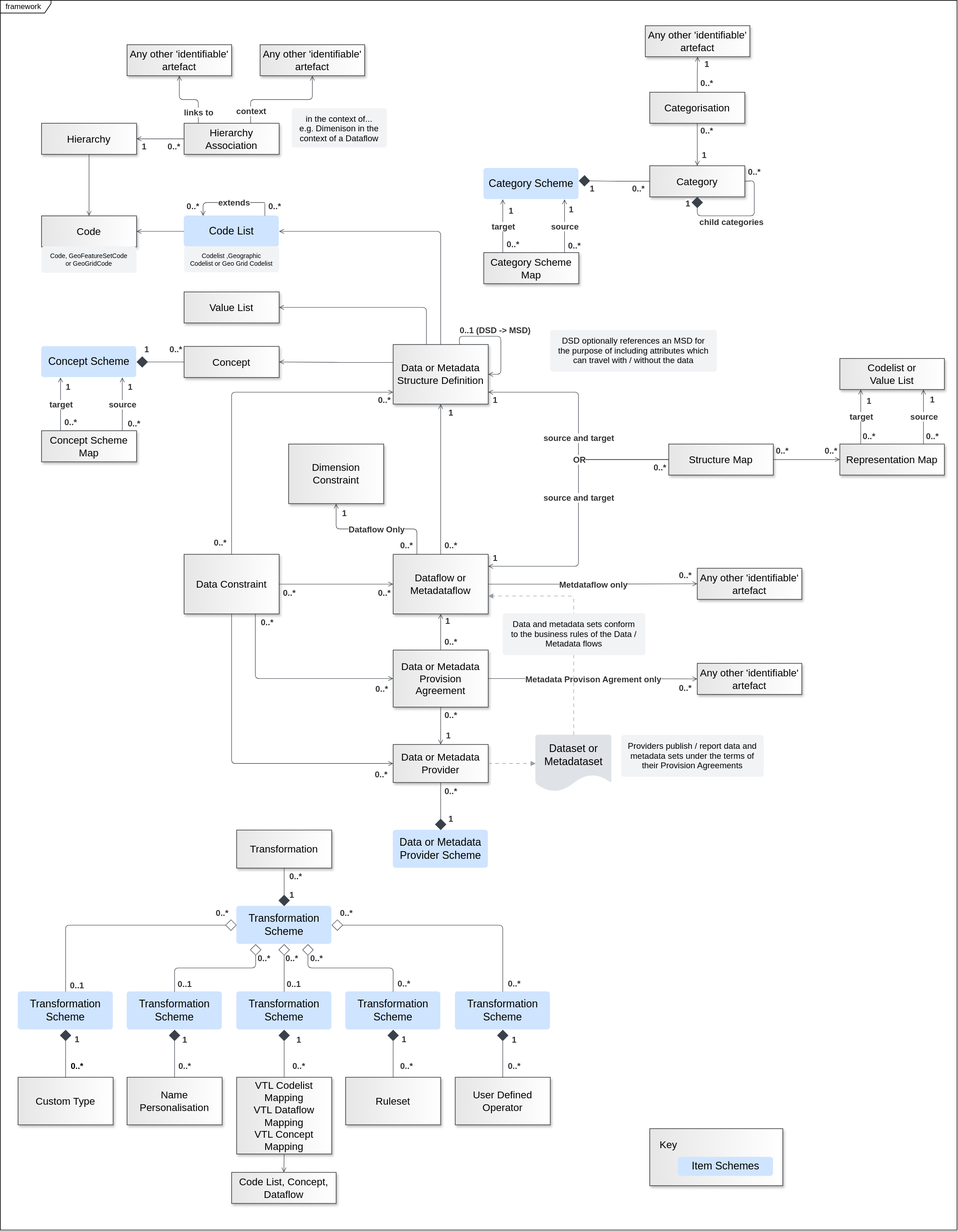
Above: docs/framework/media/sdmx_framework.svg in sdmx-twg/sdmx-im (draw.io), before the change. Source tidied: cells renumbered, new cells last; positions are measured from the earlier drawing's top-left corner, leaving out a move shared by most shapes.
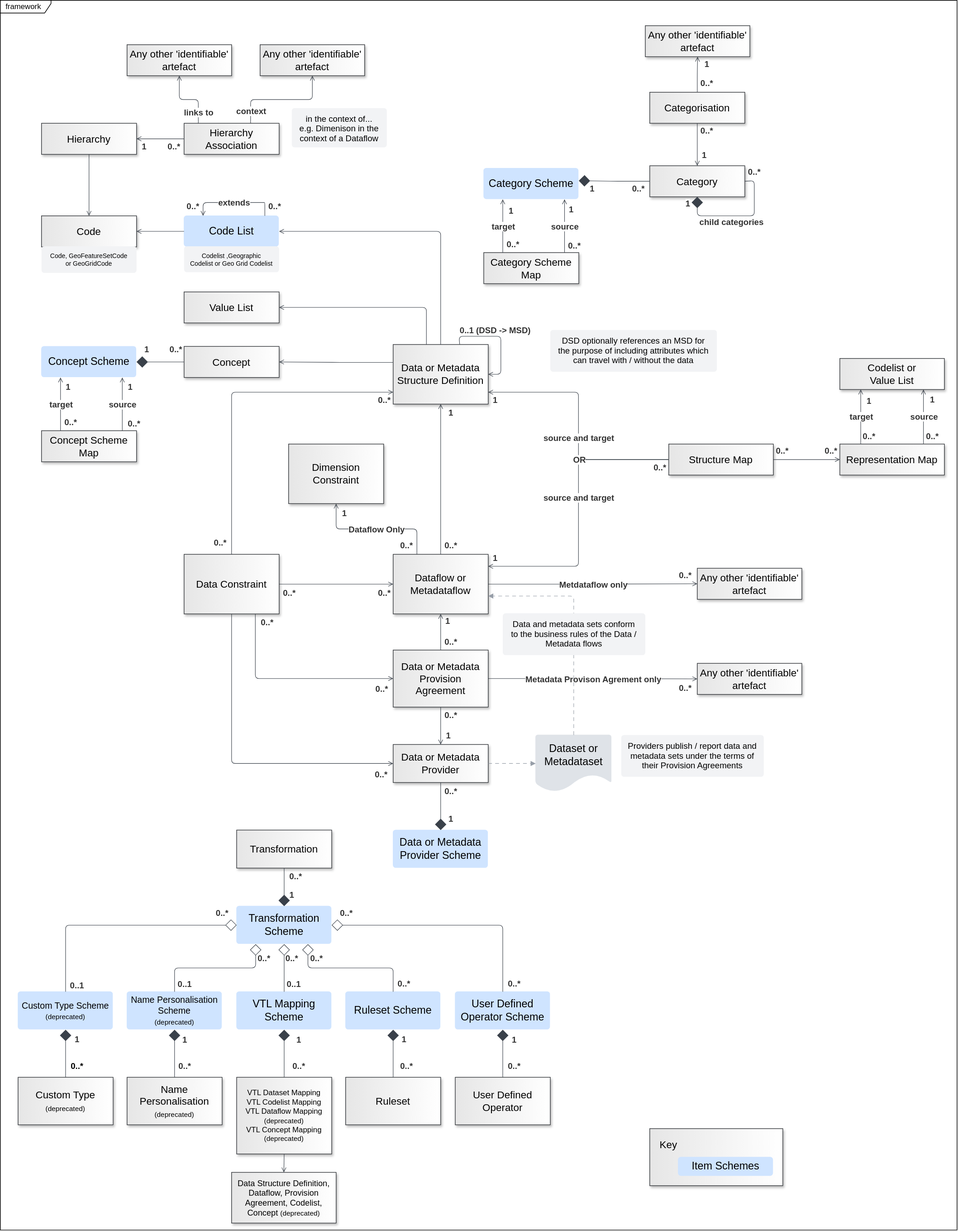
Above is the later version.

What changed in the source:
```diff
@@ -540,28 +540,28 @@
     <mxCell id="140" value="Transformation Scheme" style="html=1;overflow=block;blockSpacing=1;whiteSpace=wrap;fontSize=16.7;spacing=3.8;strokeColor=#unset;fillOpacity=100;rounded=1;absoluteArcSize=1;arcSize=9;fillColor=#cfe4ff;strokeWidth=NaN;lucidId=RDkaSBykjNgr;" parent="1" vertex="1">
       <mxGeometry x="373" y="1429" width="150" height="60" as="geometry" />
     </mxCell>
-    <mxCell id="141" value="Transformation Scheme" style="html=1;overflow=block;blockSpacing=1;whiteSpace=wrap;fontSize=16.7;spacing=3.8;strokeColor=#unset;fillOpacity=100;rounded=1;absoluteArcSize=1;arcSize=9;fillColor=#cfe4ff;strokeWidth=NaN;lucidId=1Dkaum8_aARn;" parent="1" vertex="1">
+    <mxCell id="141" value="Custom Type Scheme&lt;br&gt;&lt;span style=&quot;font-size: 11px;&quot;&gt;(deprecated)&lt;/span&gt;" style="html=1;overflow=block;blockSpacing=1;whiteSpace=wrap;fontSize=14;spacing=3.8;strokeColor=#unset;fillOpacity=100;rounded=1;absoluteArcSize=1;arcSize=9;fillColor=#cfe4ff;strokeWidth=NaN;lucidId=1Dkaum8_aARn;" parent="1" vertex="1">
       <mxGeometry x="28" y="1564" width="150" height="60" as="geometry" />
     </mxCell>
-    <mxCell id="142" value="Transformation Scheme" style="html=1;overflow=block;blockSpacing=1;whiteSpace=wrap;fontSize=16.7;spacing=3.8;strokeColor=#unset;fillOpacity=100;rounded=1;absoluteArcSize=1;arcSize=9;fillColor=#cfe4ff;strokeWidth=NaN;lucidId=3DkabyFoycUB;" parent="1" vertex="1">
+    <mxCell id="142" value="Name Personalisation Scheme&lt;br&gt;&lt;span style=&quot;font-size: 11px;&quot;&gt;(deprecated)&lt;/span&gt;" style="html=1;overflow=block;blockSpacing=1;whiteSpace=wrap;fontSize=14;spacing=3.8;strokeColor=#unset;fillOpacity=100;rounded=1;absoluteArcSize=1;arcSize=9;fillColor=#cfe4ff;strokeWidth=NaN;lucidId=3DkabyFoycUB;" parent="1" vertex="1">
       <mxGeometry x="200" y="1564" width="150" height="60" as="geometry" />
     </mxCell>
-    <mxCell id="143" value="Transformation Scheme" style="html=1;overflow=block;blockSpacing=1;whiteSpace=wrap;fontSize=16.7;spacing=3.8;strokeColor=#unset;fillOpacity=100;rounded=1;absoluteArcSize=1;arcSize=9;fillColor=#cfe4ff;strokeWidth=NaN;lucidId=4DkacBxUOTqe;" parent="1" vertex="1">
+    <mxCell id="143" value="VTL Mapping Scheme" style="html=1;overflow=block;blockSpacing=1;whiteSpace=wrap;fontSize=16.7;spacing=3.8;strokeColor=#unset;fillOpacity=100;rounded=1;absoluteArcSize=1;arcSize=9;fillColor=#cfe4ff;strokeWidth=NaN;lucidId=4DkacBxUOTqe;" parent="1" vertex="1">
       <mxGeometry x="373" y="1564" width="150" height="60" as="geometry" />
     </mxCell>
-    <mxCell id="144" value="Transformation Scheme" style="html=1;overflow=block;blockSpacing=1;whiteSpace=wrap;fontSize=16.7;spacing=3.8;strokeColor=#unset;fillOpacity=100;rounded=1;absoluteArcSize=1;arcSize=9;fillColor=#cfe4ff;strokeWidth=NaN;lucidId=6Dka4sKQG.aS;" parent="1" vertex="1">
+    <mxCell id="144" value="Ruleset Scheme" style="html=1;overflow=block;blockSpacing=1;whiteSpace=wrap;fontSize=16.7;spacing=3.8;strokeColor=#unset;fillOpacity=100;rounded=1;absoluteArcSize=1;arcSize=9;fillColor=#cfe4ff;strokeWidth=NaN;lucidId=6Dka4sKQG.aS;" parent="1" vertex="1">
       <mxGeometry x="545" y="1564" width="150" height="60" as="geometry" />
     </mxCell>
-    <mxCell id="145" value="Transformation Scheme" style="html=1;overflow=block;blockSpacing=1;whiteSpace=wrap;fontSize=16.7;spacing=3.8;strokeColor=#unset;fillOpacity=100;rounded=1;absoluteArcSize=1;arcSize=9;fillColor=#cfe4ff;strokeWidth=NaN;lucidId=8DkaCRu8IXaC;" parent="1" vertex="1">
+    <mxCell id="145" value="User Defined Operator Scheme" style="html=1;overflow=block;blockSpacing=1;whiteSpace=wrap;fontSize=16.7;spacing=3.8;strokeColor=#unset;fillOpacity=100;rounded=1;absoluteArcSize=1;arcSize=9;fillColor=#cfe4ff;strokeWidth=NaN;lucidId=8DkaCRu8IXaC;" parent="1" vertex="1">
       <mxGeometry x="718" y="1564" width="150" height="60" as="geometry" />
     </mxCell>
-    <mxCell id="146" value="Custom Type" style="html=1;overflow=block;blockSpacing=1;whiteSpace=wrap;fontSize=16;strokeColor=#36393d;fillColor=light-dark(#E6E6E6,#E6E6E6);lucidId=uEkaAAxfu7kI;shadow=1;align=center;verticalAlign=middle;fontFamily=Helvetica;fontColor=light-dark(#000000,#000000);fontStyle=0;gradientColor=light-dark(#FFFFFF,#FFFFFF);gradientDirection=east;" parent="1" vertex="1">
+    <mxCell id="146" value="Custom Type&lt;br&gt;&lt;span style=&quot;font-size: 11px;&quot;&gt;(deprecated)&lt;/span&gt;" style="html=1;overflow=block;blockSpacing=1;whiteSpace=wrap;fontSize=16;strokeColor=#36393d;fillColor=light-dark(#E6E6E6,#E6E6E6);lucidId=uEkaAAxfu7kI;shadow=1;align=center;verticalAlign=middle;fontFamily=Helvetica;fontColor=light-dark(#000000,#000000);fontStyle=0;gradientColor=light-dark(#FFFFFF,#FFFFFF);gradientDirection=east;" parent="1" vertex="1">
       <mxGeometry x="28" y="1699" width="150" height="75" as="geometry" />
     </mxCell>
-    <mxCell id="147" value="Name Personalisation" style="html=1;overflow=block;blockSpacing=1;whiteSpace=wrap;fontSize=16;strokeColor=#36393d;fillColor=light-dark(#E6E6E6,#E6E6E6);lucidId=MEkaYR1JEc4c;shadow=1;align=center;verticalAlign=middle;fontFamily=Helvetica;fontColor=light-dark(#000000,#000000);fontStyle=0;gradientColor=light-dark(#FFFFFF,#FFFFFF);gradientDirection=east;" parent="1" vertex="1">
+    <mxCell id="147" value="Name Personalisation&lt;br&gt;&lt;span style=&quot;font-size: 11px;&quot;&gt;(deprecated)&lt;/span&gt;" style="html=1;overflow=block;blockSpacing=1;whiteSpace=wrap;fontSize=16;strokeColor=#36393d;fillColor=light-dark(#E6E6E6,#E6E6E6);lucidId=MEkaYR1JEc4c;shadow=1;align=center;verticalAlign=middle;fontFamily=Helvetica;fontColor=light-dark(#000000,#000000);fontStyle=0;gradientColor=light-dark(#FFFFFF,#FFFFFF);gradientDirection=east;" parent="1" vertex="1">
       <mxGeometry x="200" y="1699" width="150" height="75" as="geometry" />
     </mxCell>
-    <mxCell id="148" value="VTL Codelist Mapping&#10;VTL Dataflow Mapping&#10;VTL Concept Mapping " style="html=1;overflow=block;blockSpacing=1;whiteSpace=wrap;fontSize=16;strokeColor=#36393d;fillColor=light-dark(#E6E6E6,#E6E6E6);lucidId=OEkahHsI9DvO;shadow=1;align=center;verticalAlign=middle;fontFamily=Helvetica;fontColor=light-dark(#000000,#000000);fontStyle=0;gradientColor=light-dark(#FFFFFF,#FFFFFF);gradientDirection=east;spacing=0;" parent="1" vertex="1">
+    <mxCell id="148" value="VTL Dataset Mapping&lt;br&gt;VTL Codelist Mapping&lt;br&gt;VTL Dataflow Mapping &lt;span style=&quot;font-size: 11px;&quot;&gt;(deprecated)&lt;/span&gt;&lt;br&gt;VTL Concept Mapping &lt;span style=&quot;font-size: 11px;&quot;&gt;(deprecated)&lt;/span&gt;" style="html=1;overflow=block;blockSpacing=1;whiteSpace=wrap;fontSize=12;strokeColor=#36393d;fillColor=light-dark(#E6E6E6,#E6E6E6);lucidId=OEkahHsI9DvO;shadow=1;align=center;verticalAlign=middle;fontFamily=Helvetica;fontColor=light-dark(#000000,#000000);fontStyle=0;gradientColor=light-dark(#FFFFFF,#FFFFFF);gradientDirection=east;spacing=0;" parent="1" vertex="1">
       <mxGeometry x="373" y="1699" width="150" height="121" as="geometry" />
     </mxCell>
     <mxCell id="149" value="Ruleset" style="html=1;overflow=block;blockSpacing=1;whiteSpace=wrap;fontSize=16;strokeColor=#36393d;fillColor=light-dark(#E6E6E6,#E6E6E6);lucidId=QEka~1MiAXpp;shadow=1;align=center;verticalAlign=middle;fontFamily=Helvetica;fontColor=light-dark(#000000,#000000);fontStyle=0;gradientColor=light-dark(#FFFFFF,#FFFFFF);gradientDirection=east;" parent="1" vertex="1">
@@ -719,8 +719,8 @@
         <mxPoint x="17" y="2" as="offset" />
       </mxGeometry>
     </mxCell>
-    <mxCell id="186" value="Code List, Concept, Dataflow" style="html=1;overflow=block;blockSpacing=1;whiteSpace=wrap;fontSize=16;strokeColor=#36393d;fillColor=light-dark(#E6E6E6,#E6E6E6);fixDash=1;lucidId=_Qla66OFm9-k;shadow=1;align=center;verticalAlign=middle;fontFamily=Helvetica;fontColor=light-dark(#000000,#000000);fontStyle=0;gradientColor=light-dark(#FFFFFF,#FFFFFF);gradientDirection=east;" parent="1" vertex="1">
-      <mxGeometry x="365" y="1849" width="165" height="49" as="geometry" />
+    <mxCell id="186" value="Data Structure Definition, Dataflow, Provision Agreement, Codelist, Concept &lt;span style=&quot;font-size: 11px;&quot;&gt;(deprecated)&lt;/span&gt;" style="html=1;overflow=block;blockSpacing=1;whiteSpace=wrap;fontSize=13;strokeColor=#36393d;fillColor=light-dark(#E6E6E6,#E6E6E6);fixDash=1;lucidId=_Qla66OFm9-k;shadow=1;align=center;verticalAlign=middle;fontFamily=Helvetica;fontColor=light-dark(#000000,#000000);fontStyle=0;gradientColor=light-dark(#FFFFFF,#FFFFFF);gradientDirection=east;" parent="1" vertex="1">
+      <mxGeometry x="365" y="1849" width="165" height="80" as="geometry" />
     </mxCell>
     <mxCell id="187" style="html=1;jettySize=18;whiteSpace=wrap;fontSize=13;strokeColor=#3a414a;strokeOpacity=100;strokeWidth=0.8;rounded=1;arcSize=12;edgeStyle=orthogonalEdgeStyle;startArrow=none;endArrow=open;exitX=0.5;exitY=1;exitPerimeter=0;entryX=0.5;entryY=0;entryPerimeter=0;lucidId=oRladFm7r6T1;" parent="1" edge="1" source="148" target="186">
       <mxGeometry relative="1" as="geometry" />
```
